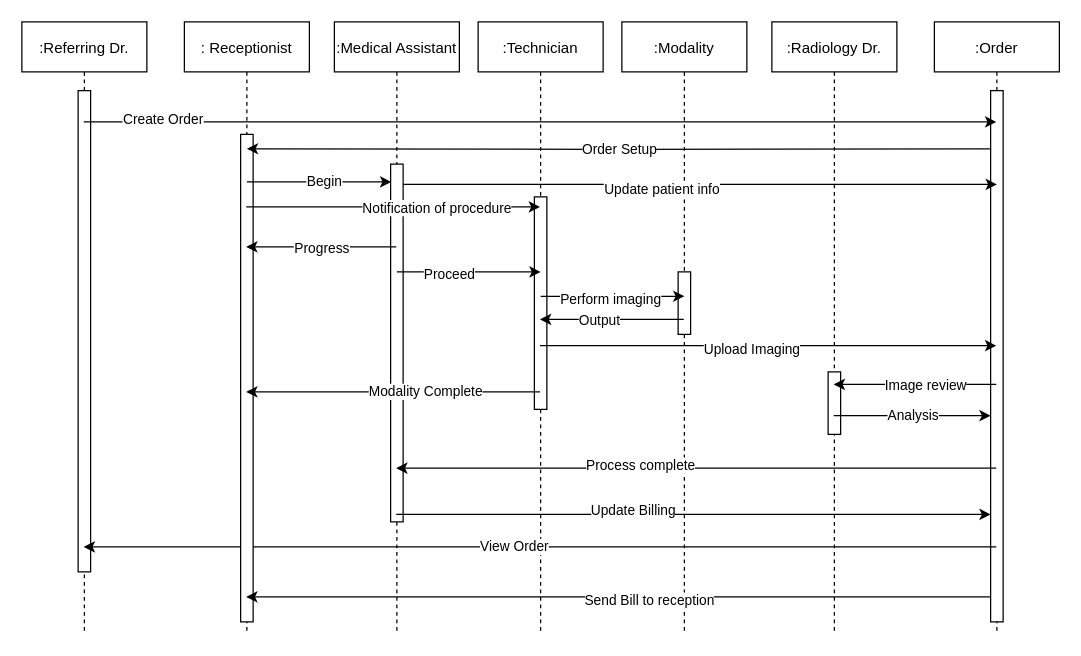
The draw.io diagram dev/Order_Flow.drawio in ajfurey/illustris, before the edit. Source tidied: cells renumbered, new cells numbered last; positions are measured from the earlier drawing's top-left corner, leaving out a move shared by most shapes. Both pictures are drawn from the tidied source at 125%, with x=0, y=0 at pixel (21, 21).
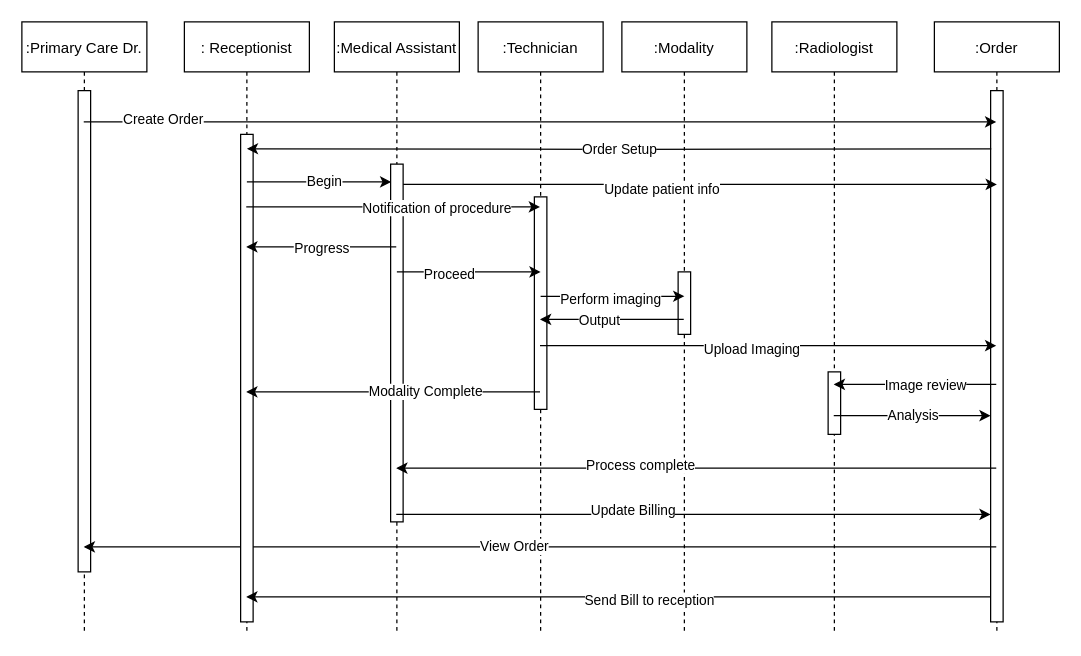
After the change.

What changed in the source:
```diff
@@
-    <mxCell id="2" value=":Referring Dr." style="shape=umlLifeline;perimeter=lifelinePerimeter;rounded=0;shadow=0;strokeWidth=1;" parent="1" vertex="1">
+    <mxCell id="2" value=":Primary Care Dr." style="shape=umlLifeline;perimeter=lifelinePerimeter;rounded=0;shadow=0;strokeWidth=1;" parent="1" vertex="1">
       <mxGeometry width="100" height="490" as="geometry" />
     </mxCell>
@@
-    <mxCell id="6" value=":Radiology Dr." style="shape=umlLifeline;perimeter=lifelinePerimeter;rounded=0;shadow=0;strokeWidth=1;" parent="1" vertex="1">
+    <mxCell id="6" value=":Radiologist" style="shape=umlLifeline;perimeter=lifelinePerimeter;rounded=0;shadow=0;strokeWidth=1;" parent="1" vertex="1">
       <mxGeometry x="600" width="100" height="490" as="geometry" />
     </mxCell>
```
